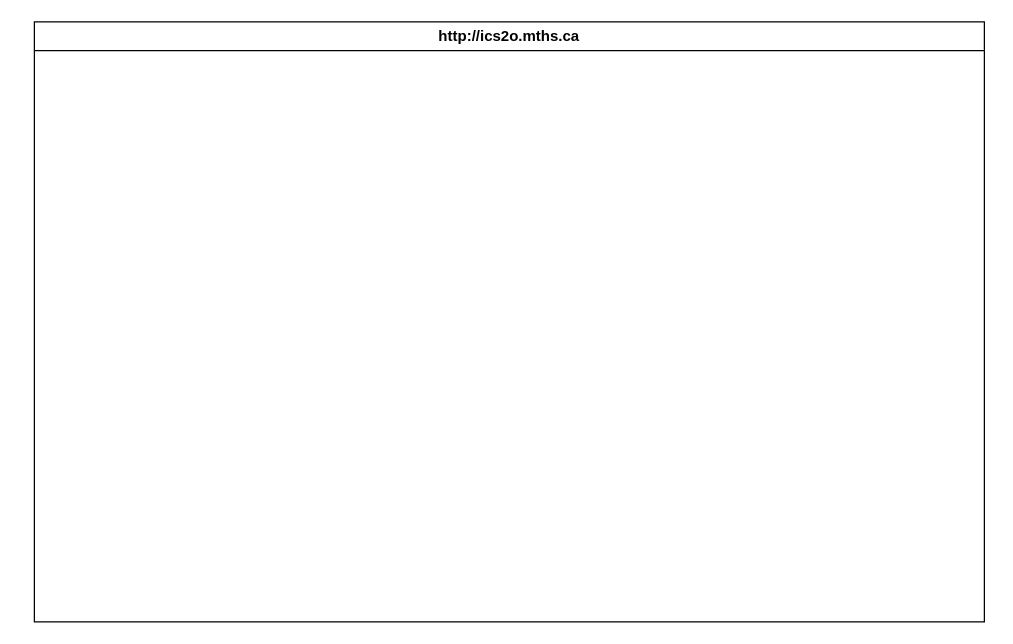
Above: design/storyboard.drawio in MTHS-ICS2O-2-2022/ICS2O-Unit-5-02-alyssia-fung (draw.io), before the change. Source tidied: cells renumbered, new cells numbered last; positions are measured from the earlier drawing's top-left corner, leaving out a move shared by most shapes. Both pictures are drawn from the tidied source at 125%, with x=0, y=0 at pixel (34, 21).
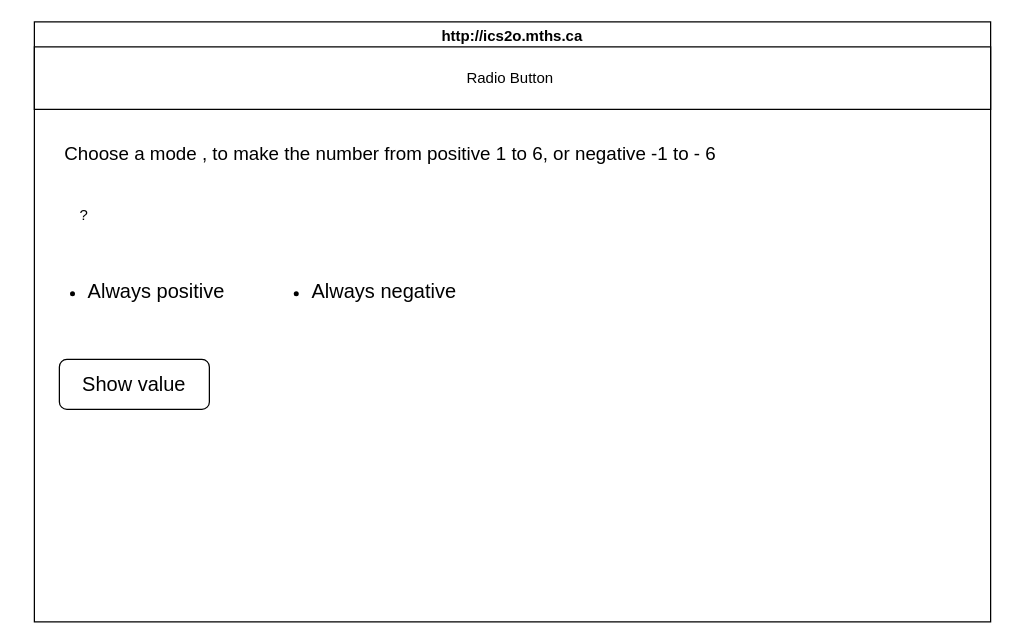
After the change.

Change to the diagram source:
```diff
@@
 <mxGraphModel>
   <root>
     <mxCell id="0" />
     <mxCell id="1" parent="0" />
     <mxCell id="2" value="http://ics2o.mths.ca" style="swimlane;whiteSpace=wrap;html=1;" parent="1" vertex="1">
-      <mxGeometry width="760" height="480" as="geometry" />
+      <mxGeometry width="765" height="480" as="geometry" />
     </mxCell>
+    <mxCell id="3" value="Radio Button&amp;nbsp;" style="rounded=0;whiteSpace=wrap;html=1;" parent="2" vertex="1">
+      <mxGeometry y="20" width="765" height="50" as="geometry" />
+    </mxCell>
+    <mxCell id="4" value="&lt;font style=&quot;font-size: 15px;&quot;&gt;Choose a mode , to make the number from positive 1 to 6, or negative -1 to - 6&lt;/font&gt;" style="text;html=1;strokeColor=none;fillColor=none;align=center;verticalAlign=middle;whiteSpace=wrap;rounded=0;" parent="2" vertex="1">
+      <mxGeometry x="10" y="90" width="550" height="30" as="geometry" />
+    </mxCell>
+    <mxCell id="5" value="?" style="text;html=1;strokeColor=none;fillColor=none;align=center;verticalAlign=middle;whiteSpace=wrap;rounded=0;" parent="2" vertex="1">
+      <mxGeometry x="10" y="140" width="60" height="30" as="geometry" />
+    </mxCell>
+    <mxCell id="6" value="&lt;ul&gt;&lt;li&gt;&lt;font style=&quot;font-size: 16px;&quot;&gt;Always positive&amp;nbsp;&lt;/font&gt;&lt;/li&gt;&lt;/ul&gt;" style="text;html=1;strokeColor=none;fillColor=none;align=center;verticalAlign=middle;whiteSpace=wrap;rounded=0;" parent="2" vertex="1">
+      <mxGeometry x="-10" y="200" width="180" height="30" as="geometry" />
+    </mxCell>
+    <mxCell id="7" value="&lt;ul&gt;&lt;li&gt;&lt;font style=&quot;font-size: 16px;&quot;&gt;Always negative&lt;/font&gt;&lt;/li&gt;&lt;/ul&gt;" style="text;html=1;strokeColor=none;fillColor=none;align=center;verticalAlign=middle;whiteSpace=wrap;rounded=0;" parent="2" vertex="1">
+      <mxGeometry x="170" y="200" width="180" height="30" as="geometry" />
+    </mxCell>
+    <mxCell id="8" value="&lt;font style=&quot;font-size: 16px;&quot;&gt;Show value&lt;/font&gt;" style="rounded=1;whiteSpace=wrap;html=1;" parent="2" vertex="1">
+      <mxGeometry x="20" y="270" width="120" height="40" as="geometry" />
+    </mxCell>
   </root>
 </mxGraphModel>
```
